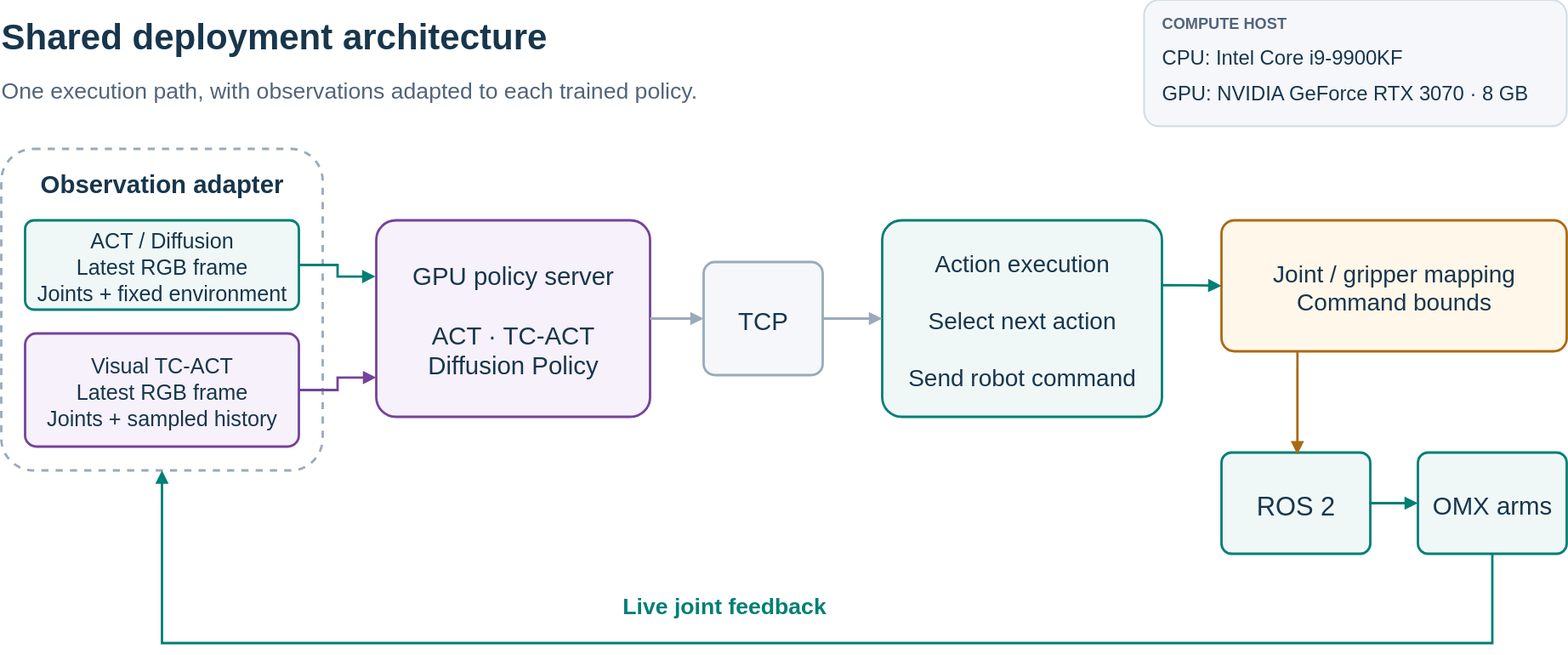
green101630-jwi/literate-octo-doodle keeps this draw.io diagram as docs/assets/diagrams/hardware-deployment-Deployment architecture.drawio.svg. Above is the earlier version. Source tidied: cells renumbered, new cells last; positions are measured from the earlier drawing's top-left corner, leaving out a move shared by most shapes.
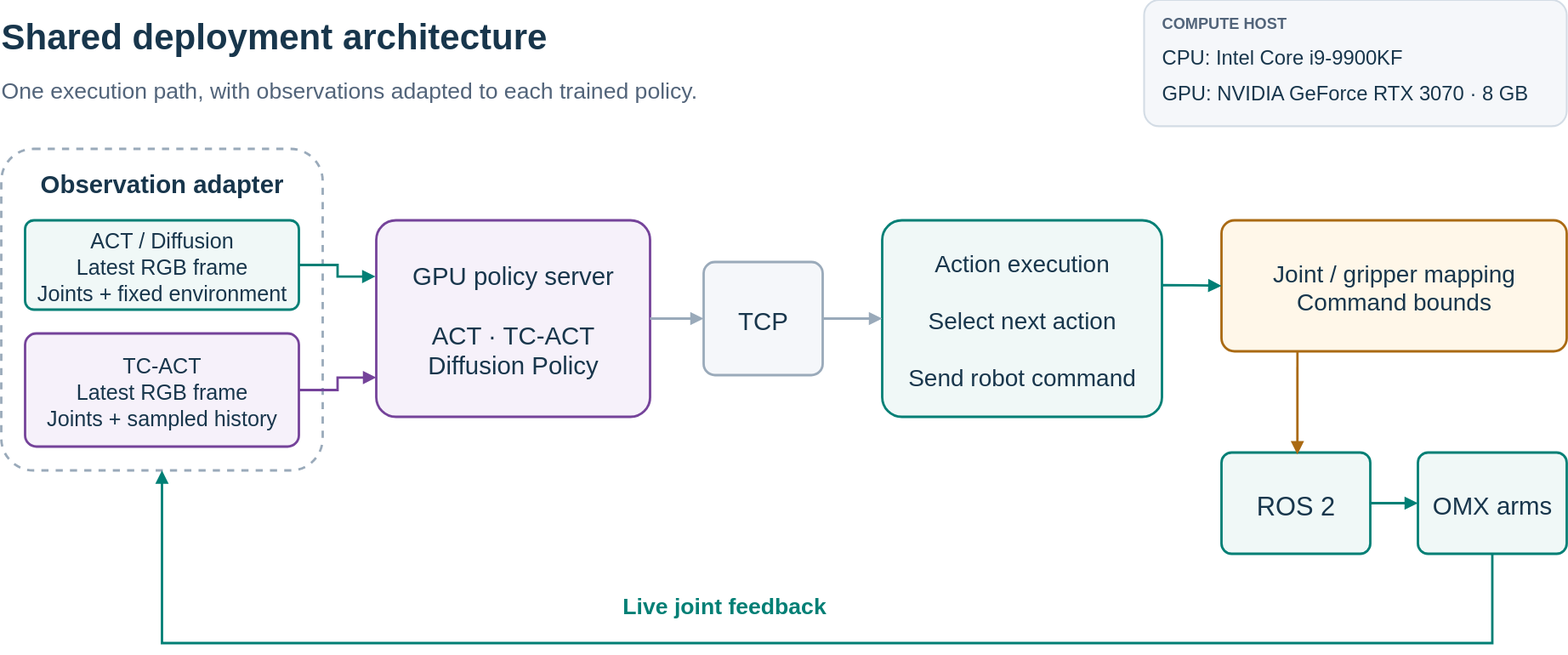
After the change.

The edit, as a diff of the source:
```diff
@@ -17,7 +17,7 @@
     <mxCell id="6" value="ACT / Diffusion&#10;Latest RGB frame&#10;Joints + fixed environment" style="rounded=1;arcSize=10;whiteSpace=nowrap;html=0;fillColor=#f0f8f7;strokeColor=#007f75;strokeWidth=2;fontColor=#18364c;fontFamily=Arial;fontSize=18;align=center;verticalAlign=middle;spacing=12;" parent="1" vertex="1">
       <mxGeometry x="20" y="185" width="230" height="75" as="geometry" />
     </mxCell>
-    <mxCell id="7" value="Visual TC-ACT&#10;Latest RGB frame&#10;Joints + sampled history" style="rounded=1;arcSize=10;whiteSpace=nowrap;html=0;fillColor=#f6f1fa;strokeColor=#75439a;strokeWidth=2;fontColor=#18364c;fontFamily=Arial;fontSize=18;align=center;verticalAlign=middle;spacing=12;" parent="1" vertex="1">
+    <mxCell id="7" value="TC-ACT&#10;Latest RGB frame&#10;Joints + sampled history" style="rounded=1;arcSize=10;whiteSpace=nowrap;html=0;fillColor=#f6f1fa;strokeColor=#75439a;strokeWidth=2;fontColor=#18364c;fontFamily=Arial;fontSize=18;align=center;verticalAlign=middle;spacing=12;" parent="1" vertex="1">
       <mxGeometry x="20" y="280" width="230" height="95" as="geometry" />
     </mxCell>
     <mxCell id="8" value="GPU policy server&#10;&#10;ACT · TC-ACT&#10;Diffusion Policy" style="rounded=1;arcSize=10;whiteSpace=nowrap;html=0;fillColor=#f6f1fa;strokeColor=#75439a;strokeWidth=2;fontColor=#18364c;fontFamily=Arial;fontSize=21;align=center;verticalAlign=middle;spacing=12;" parent="1" vertex="1">
```
